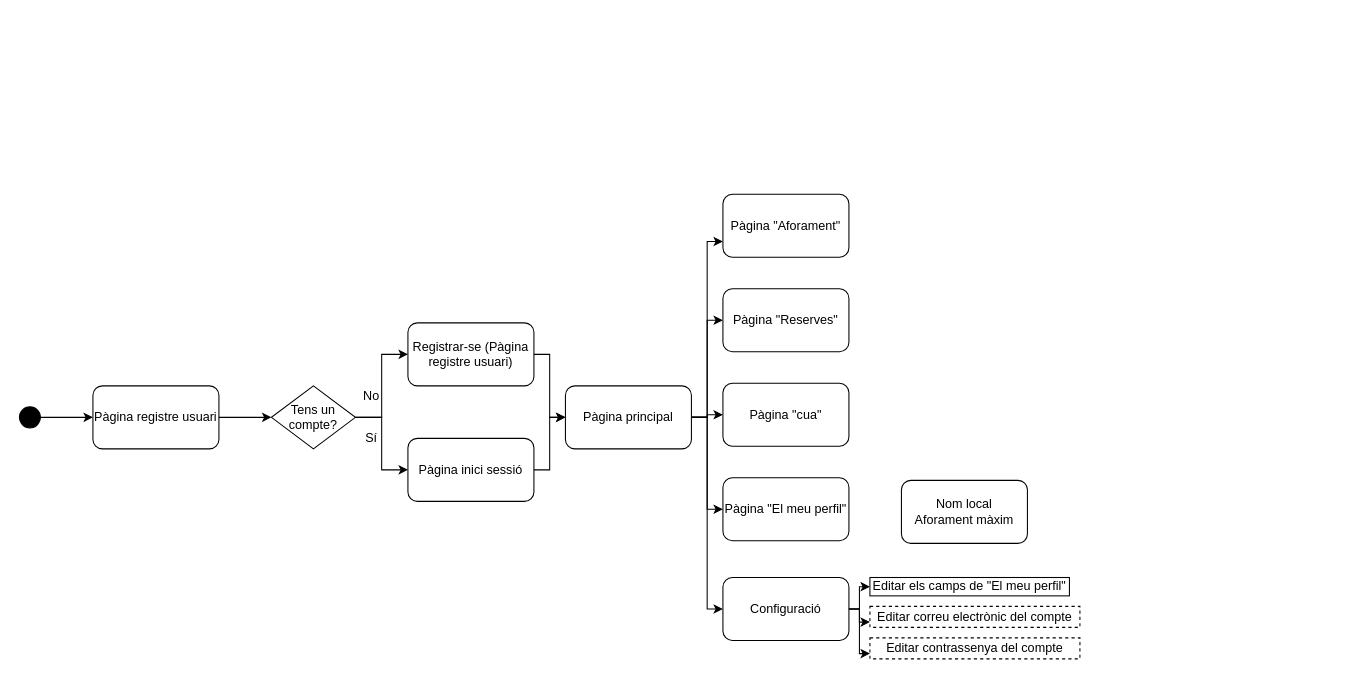
sine-die/sinedie keeps this draw.io diagram as Sinedie.drawio. Above is the earlier version. Source tidied: cells renumbered, new cells numbered last; positions are measured from the earlier drawing's top-left corner, leaving out a move shared by most shapes. Both pictures are drawn from the tidied source at 105%, with x=0, y=0 at pixel (19, 194).
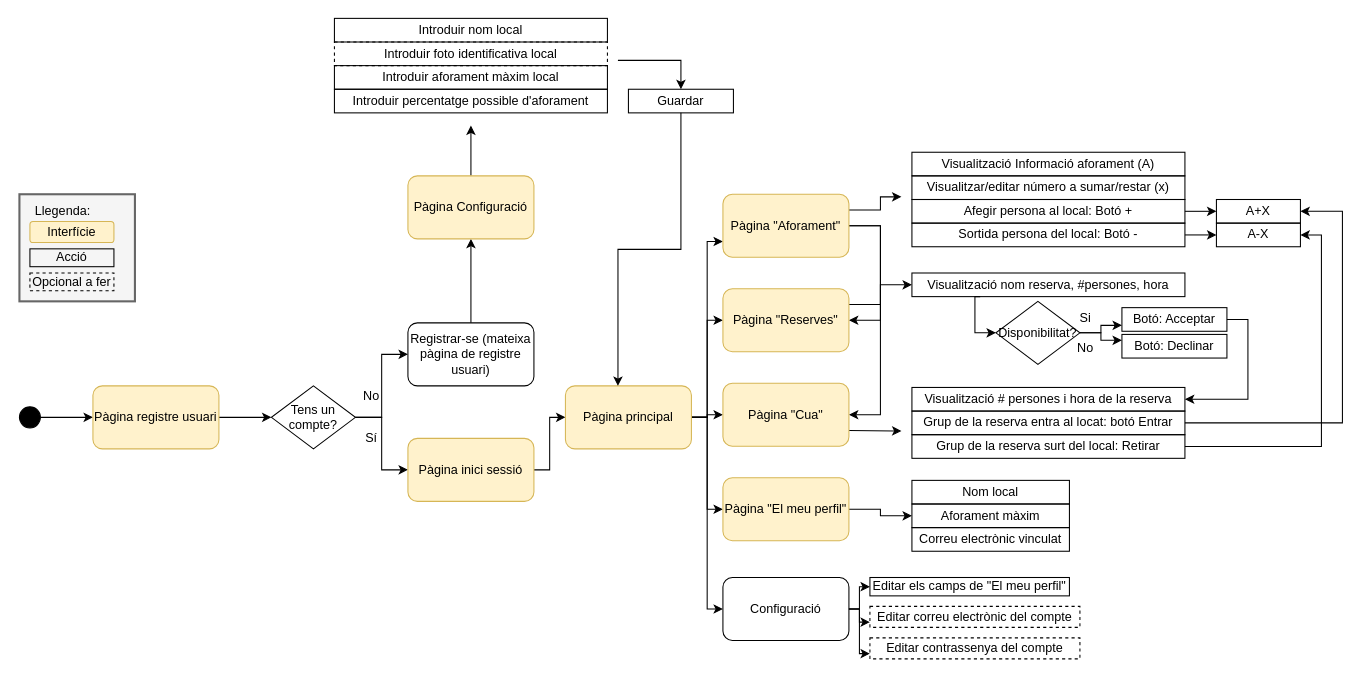
After the change.

What changed in the source:
```diff
@@
+    <mxCell id="33" style="rounded=0;whiteSpace=wrap;html=1;fillColor=#f5f5f5;strokeColor=#666666;fontColor=#333333;strokeWidth=2;" parent="1" vertex="1">
+      <mxGeometry y="-0.5" width="110" height="102" as="geometry" />
+    </mxCell>
@@
-    <mxCell id="5" value="Pàgina registre usuari" style="rounded=1;whiteSpace=wrap;html=1;fillColor=none;" parent="1" vertex="1">
+    <mxCell id="5" value="Pàgina registre usuari" style="rounded=1;whiteSpace=wrap;html=1;fillColor=#fff2cc;strokeColor=#d6b656;" parent="1" vertex="1">
       <mxGeometry x="70" y="182" width="120" height="60" as="geometry" />
     </mxCell>
@@
-    <mxCell id="9" style="edgeStyle=elbowEdgeStyle;rounded=0;jettySize=auto;html=1;exitX=1;exitY=0.5;exitDx=0;exitDy=0;" parent="1" edge="1" source="10" target="18">
-      <mxGeometry relative="1" as="geometry" />
-    </mxCell>
+    <mxCell id="34" style="edgeStyle=elbowEdgeStyle;rounded=0;jettySize=auto;html=1;" parent="1" edge="1" source="10" target="36">
+      <mxGeometry relative="1" as="geometry" />
+    </mxCell>
-    <mxCell id="10" value="Registrar-se (Pàgina registre usuari)" style="rounded=1;whiteSpace=wrap;html=1;fillColor=none;" parent="1" vertex="1">
+    <mxCell id="10" value="Registrar-se (mateixa pàgina de registre usuari)" style="rounded=1;whiteSpace=wrap;html=1;fillColor=none;" parent="1" vertex="1">
       <mxGeometry x="370" y="122" width="120" height="60" as="geometry" />
     </mxCell>
+    <mxCell id="35" style="edgeStyle=elbowEdgeStyle;rounded=0;jettySize=auto;html=1;entryX=0.462;entryY=1.089;entryDx=0;entryDy=0;entryPerimeter=0;" parent="1" edge="1" source="36">
+      <mxGeometry relative="1" as="geometry">
+        <mxPoint x="430.1" y="-66" as="targetPoint" />
+      </mxGeometry>
+    </mxCell>
+    <mxCell id="36" value="Pàgina Configuració" style="rounded=1;whiteSpace=wrap;html=1;fillColor=#fff2cc;strokeColor=#d6b656;" parent="1" vertex="1">
+      <mxGeometry x="370" y="-18" width="120" height="60" as="geometry" />
+    </mxCell>
@@
-    <mxCell id="12" value="Pàgina inici sessió" style="rounded=1;whiteSpace=wrap;html=1;fillColor=none;" parent="1" vertex="1">
+    <mxCell id="12" value="Pàgina inici sessió" style="rounded=1;whiteSpace=wrap;html=1;fillColor=#fff2cc;strokeColor=#d6b656;" parent="1" vertex="1">
       <mxGeometry x="370" y="232" width="120" height="60" as="geometry" />
     </mxCell>
@@
-    <mxCell id="18" value="Pàgina principal" style="rounded=1;whiteSpace=wrap;html=1;fillColor=none;" parent="1" vertex="1">
+    <mxCell id="18" value="Pàgina principal" style="rounded=1;whiteSpace=wrap;html=1;fillColor=#fff2cc;strokeColor=#d6b656;" parent="1" vertex="1">
       <mxGeometry x="520" y="182" width="120" height="60" as="geometry" />
     </mxCell>
+    <mxCell id="37" style="edgeStyle=elbowEdgeStyle;rounded=0;jettySize=auto;html=1;exitX=1;exitY=0.5;exitDx=0;exitDy=0;entryX=1;entryY=0.5;entryDx=0;entryDy=0;" parent="1" edge="1" source="19" target="20">
+      <mxGeometry relative="1" as="geometry">
+        <Array as="points">
+          <mxPoint x="820" y="75" />
+        </Array>
+      </mxGeometry>
+    </mxCell>
+    <mxCell id="38" style="edgeStyle=elbowEdgeStyle;rounded=0;jettySize=auto;html=1;exitX=1;exitY=0.5;exitDx=0;exitDy=0;entryX=1;entryY=0.5;entryDx=0;entryDy=0;" parent="1" edge="1" source="19" target="21">
+      <mxGeometry relative="1" as="geometry">
+        <Array as="points">
+          <mxPoint x="820" y="120" />
+        </Array>
+      </mxGeometry>
+    </mxCell>
+    <mxCell id="39" style="edgeStyle=elbowEdgeStyle;rounded=0;jettySize=auto;html=1;exitX=1;exitY=0.25;exitDx=0;exitDy=0;" parent="1" edge="1" source="19">
+      <mxGeometry relative="1" as="geometry">
+        <mxPoint x="840" y="2" as="targetPoint" />
+        <Array as="points">
+          <mxPoint x="820" y="12" />
+        </Array>
+      </mxGeometry>
+    </mxCell>
-    <mxCell id="19" value="Pàgina &quot;Aforament&quot;" style="rounded=1;whiteSpace=wrap;html=1;fillColor=none;" parent="1" vertex="1">
+    <mxCell id="19" value="Pàgina &quot;Aforament&quot;" style="rounded=1;whiteSpace=wrap;html=1;fillColor=#fff2cc;strokeColor=#d6b656;" parent="1" vertex="1">
       <mxGeometry x="670" y="-0.5" width="120" height="60" as="geometry" />
     </mxCell>
+    <mxCell id="40" style="edgeStyle=elbowEdgeStyle;rounded=0;jettySize=auto;html=1;exitX=1;exitY=0.25;exitDx=0;exitDy=0;" parent="1" edge="1" source="20" target="59">
+      <mxGeometry relative="1" as="geometry" />
+    </mxCell>
-    <mxCell id="20" value="Pàgina &quot;Reserves&quot;" style="rounded=1;whiteSpace=wrap;html=1;fillColor=none;" parent="1" vertex="1">
+    <mxCell id="20" value="Pàgina &quot;Reserves&quot;" style="rounded=1;whiteSpace=wrap;html=1;fillColor=#fff2cc;strokeColor=#d6b656;" parent="1" vertex="1">
       <mxGeometry x="670" y="89.5" width="120" height="60" as="geometry" />
     </mxCell>
+    <mxCell id="41" style="rounded=0;jettySize=auto;html=1;exitX=1;exitY=0.75;exitDx=0;exitDy=0;" parent="1" edge="1" source="21">
+      <mxGeometry relative="1" as="geometry">
+        <mxPoint x="840" y="225" as="targetPoint" />
+      </mxGeometry>
+    </mxCell>
-    <mxCell id="21" value="Pàgina &quot;cua&quot;" style="rounded=1;whiteSpace=wrap;html=1;fillColor=none;" parent="1" vertex="1">
+    <mxCell id="21" value="Pàgina &quot;Cua&quot;" style="rounded=1;whiteSpace=wrap;html=1;fillColor=#fff2cc;strokeColor=#d6b656;" parent="1" vertex="1">
       <mxGeometry x="670" y="179.5" width="120" height="60" as="geometry" />
     </mxCell>
+    <mxCell id="42" style="edgeStyle=elbowEdgeStyle;rounded=0;jettySize=auto;html=1;exitX=1;exitY=0.5;exitDx=0;exitDy=0;" parent="1" edge="1" source="22" target="44">
+      <mxGeometry relative="1" as="geometry" />
+    </mxCell>
-    <mxCell id="22" value="Pàgina &quot;El meu perfil&quot;" style="rounded=1;whiteSpace=wrap;html=1;fillColor=none;" parent="1" vertex="1">
+    <mxCell id="22" value="Pàgina &quot;El meu perfil&quot;" style="rounded=1;whiteSpace=wrap;html=1;fillColor=#fff2cc;strokeColor=#d6b656;" parent="1" vertex="1">
       <mxGeometry x="670" y="269.5" width="120" height="60" as="geometry" />
     </mxCell>
@@
-    <mxCell id="25" value="Nom local&lt;br&gt;Aforament màxim&lt;br&gt;" style="rounded=1;whiteSpace=wrap;html=1;fillColor=none;" parent="1" vertex="1">
-      <mxGeometry x="840" y="272" width="120" height="60" as="geometry" />
-    </mxCell>
@@
+    <mxCell id="43" value="&lt;div style=&quot;text-align: left&quot;&gt;Nom local&lt;/div&gt;" style="rounded=1;whiteSpace=wrap;html=1;fillColor=none;arcSize=0;" parent="1" vertex="1">
+      <mxGeometry x="850" y="272" width="150" height="22.5" as="geometry" />
+    </mxCell>
+    <mxCell id="44" value="&lt;div style=&quot;text-align: left&quot;&gt;Aforament màxim&lt;/div&gt;" style="rounded=1;whiteSpace=wrap;html=1;fillColor=none;arcSize=0;" parent="1" vertex="1">
+      <mxGeometry x="850" y="294.5" width="150" height="22.5" as="geometry" />
+    </mxCell>
+    <mxCell id="45" value="&lt;div style=&quot;text-align: left&quot;&gt;Correu electrònic vinculat&lt;/div&gt;" style="rounded=1;whiteSpace=wrap;html=1;fillColor=none;arcSize=0;" parent="1" vertex="1">
+      <mxGeometry x="850" y="317" width="150" height="22.5" as="geometry" />
+    </mxCell>
+    <mxCell id="46" value="&lt;div style=&quot;text-align: left&quot;&gt;Visualitzar/editar número a sumar/restar (x)&lt;/div&gt;" style="rounded=1;whiteSpace=wrap;html=1;fillColor=none;arcSize=0;" parent="1" vertex="1">
+      <mxGeometry x="850" y="-18" width="260" height="22.5" as="geometry" />
+    </mxCell>
+    <mxCell id="47" style="edgeStyle=elbowEdgeStyle;rounded=0;jettySize=auto;html=1;" parent="1" edge="1" source="48" target="49">
+      <mxGeometry relative="1" as="geometry" />
+    </mxCell>
+    <mxCell id="48" value="&lt;div style=&quot;text-align: left&quot;&gt;Afegir persona al local: Botó +&lt;/div&gt;" style="rounded=1;whiteSpace=wrap;html=1;fillColor=none;arcSize=0;" parent="1" vertex="1">
+      <mxGeometry x="850" y="4.5" width="260" height="22.5" as="geometry" />
+    </mxCell>
+    <mxCell id="49" value="&lt;div style=&quot;text-align: left&quot;&gt;A+X&lt;/div&gt;" style="rounded=1;whiteSpace=wrap;html=1;fillColor=none;arcSize=0;" parent="1" vertex="1">
+      <mxGeometry x="1140" y="4.5" width="80" height="22.5" as="geometry" />
+    </mxCell>
+    <mxCell id="50" style="edgeStyle=elbowEdgeStyle;rounded=0;jettySize=auto;html=1;exitX=1;exitY=0.5;exitDx=0;exitDy=0;entryX=0;entryY=0.5;entryDx=0;entryDy=0;" parent="1" edge="1" source="51" target="53">
+      <mxGeometry relative="1" as="geometry" />
+    </mxCell>
+    <mxCell id="51" value="&lt;div style=&quot;text-align: left&quot;&gt;Sortida persona del local: Botó -&lt;/div&gt;" style="rounded=1;whiteSpace=wrap;html=1;fillColor=none;arcSize=0;" parent="1" vertex="1">
+      <mxGeometry x="850" y="27" width="260" height="22.5" as="geometry" />
+    </mxCell>
+    <mxCell id="52" value="&lt;div style=&quot;text-align: left&quot;&gt;Visualització Informació aforament (A)&lt;/div&gt;" style="rounded=1;whiteSpace=wrap;html=1;fillColor=none;arcSize=0;" parent="1" vertex="1">
+      <mxGeometry x="850" y="-40.5" width="260" height="22.5" as="geometry" />
+    </mxCell>
+    <mxCell id="53" value="&lt;div style=&quot;text-align: left&quot;&gt;A-X&lt;/div&gt;" style="rounded=1;whiteSpace=wrap;html=1;fillColor=none;arcSize=0;" parent="1" vertex="1">
+      <mxGeometry x="1140" y="27" width="80" height="22.5" as="geometry" />
+    </mxCell>
+    <mxCell id="54" value="Llegenda:" style="text;html=1;align=center;verticalAlign=middle;" parent="1" vertex="1">
+      <mxGeometry x="6" y="5.5" width="70" height="20" as="geometry" />
+    </mxCell>
+    <mxCell id="55" value="Interfície" style="rounded=1;whiteSpace=wrap;html=1;fillColor=#fff2cc;strokeColor=#d6b656;" parent="1" vertex="1">
+      <mxGeometry x="10" y="25.5" width="80" height="20" as="geometry" />
+    </mxCell>
+    <mxCell id="56" value="Acció" style="rounded=1;whiteSpace=wrap;html=1;fillColor=none;arcSize=0;" parent="1" vertex="1">
+      <mxGeometry x="10" y="51.5" width="80" height="17" as="geometry" />
+    </mxCell>
+    <mxCell id="57" value="Opcional a fer" style="rounded=1;whiteSpace=wrap;html=1;fillColor=none;arcSize=0;dashed=1;" parent="1" vertex="1">
+      <mxGeometry x="10" y="74.5" width="80" height="17" as="geometry" />
+    </mxCell>
+    <mxCell id="58" style="edgeStyle=elbowEdgeStyle;rounded=0;jettySize=auto;html=1;exitX=0.25;exitY=1;exitDx=0;exitDy=0;entryX=0;entryY=0.5;entryDx=0;entryDy=0;" parent="1" edge="1" source="59" target="67">
+      <mxGeometry relative="1" as="geometry">
+        <Array as="points">
+          <mxPoint x="910" y="122" />
+        </Array>
+      </mxGeometry>
+    </mxCell>
+    <mxCell id="59" value="&lt;div style=&quot;text-align: left&quot;&gt;Visualització nom reserva, #persones, hora&lt;/div&gt;" style="rounded=1;whiteSpace=wrap;html=1;fillColor=none;arcSize=0;" parent="1" vertex="1">
+      <mxGeometry x="850" y="74.5" width="260" height="22.5" as="geometry" />
+    </mxCell>
+    <mxCell id="60" value="&lt;div style=&quot;text-align: left&quot;&gt;Visualització # persones i hora de la reserva&lt;/div&gt;" style="rounded=1;whiteSpace=wrap;html=1;fillColor=none;arcSize=0;" parent="1" vertex="1">
+      <mxGeometry x="850" y="183.5" width="260" height="22.5" as="geometry" />
+    </mxCell>
+    <mxCell id="61" style="edgeStyle=elbowEdgeStyle;rounded=0;jettySize=auto;html=1;entryX=1;entryY=0.5;entryDx=0;entryDy=0;" parent="1" edge="1" source="62" target="49">
+      <mxGeometry relative="1" as="geometry">
+        <Array as="points">
+          <mxPoint x="1260" y="102" />
+          <mxPoint x="1250" y="122" />
+        </Array>
+      </mxGeometry>
+    </mxCell>
+    <mxCell id="62" value="&lt;div style=&quot;text-align: left&quot;&gt;Grup de la reserva entra al locat: botó Entrar&lt;/div&gt;" style="rounded=1;whiteSpace=wrap;html=1;fillColor=none;arcSize=0;" parent="1" vertex="1">
+      <mxGeometry x="850" y="206" width="260" height="22.5" as="geometry" />
+    </mxCell>
+    <mxCell id="63" style="edgeStyle=elbowEdgeStyle;rounded=0;jettySize=auto;html=1;exitX=1;exitY=0.5;exitDx=0;exitDy=0;entryX=1;entryY=0.5;entryDx=0;entryDy=0;" parent="1" edge="1" source="64" target="53">
+      <mxGeometry relative="1" as="geometry">
+        <Array as="points">
+          <mxPoint x="1240" y="142" />
+        </Array>
+      </mxGeometry>
+    </mxCell>
+    <mxCell id="64" value="&lt;div style=&quot;text-align: left&quot;&gt;Grup de la reserva surt del local: Retirar&lt;/div&gt;" style="rounded=1;whiteSpace=wrap;html=1;fillColor=none;arcSize=0;" parent="1" vertex="1">
+      <mxGeometry x="850" y="228.5" width="260" height="22.5" as="geometry" />
+    </mxCell>
+    <mxCell id="65" style="edgeStyle=elbowEdgeStyle;rounded=0;jettySize=auto;html=1;exitX=1;exitY=0.5;exitDx=0;exitDy=0;entryX=0;entryY=0.75;entryDx=0;entryDy=0;" parent="1" edge="1" source="67" target="69">
+      <mxGeometry relative="1" as="geometry" />
+    </mxCell>
+    <mxCell id="66" style="edgeStyle=elbowEdgeStyle;rounded=0;jettySize=auto;html=1;exitX=1;exitY=0.5;exitDx=0;exitDy=0;entryX=0;entryY=0.25;entryDx=0;entryDy=0;" parent="1" edge="1" source="67" target="70">
+      <mxGeometry relative="1" as="geometry" />
+    </mxCell>
+    <mxCell id="67" value="Disponibilitat?" style="rhombus;whiteSpace=wrap;html=1;fillColor=none;" parent="1" vertex="1">
+      <mxGeometry x="930" y="101.5" width="80" height="60" as="geometry" />
+    </mxCell>
+    <mxCell id="68" style="edgeStyle=elbowEdgeStyle;rounded=0;jettySize=auto;html=1;exitX=1;exitY=0.5;exitDx=0;exitDy=0;entryX=1;entryY=0.5;entryDx=0;entryDy=0;" parent="1" edge="1" source="69" target="60">
+      <mxGeometry relative="1" as="geometry">
+        <Array as="points">
+          <mxPoint x="1170" y="172" />
+          <mxPoint x="1150" y="152" />
+        </Array>
+      </mxGeometry>
+    </mxCell>
+    <mxCell id="69" value="&lt;div style=&quot;text-align: left&quot;&gt;Botó: Acceptar&lt;/div&gt;" style="rounded=1;whiteSpace=wrap;html=1;fillColor=none;arcSize=0;" parent="1" vertex="1">
+      <mxGeometry x="1050" y="107.5" width="100" height="22.5" as="geometry" />
+    </mxCell>
+    <mxCell id="70" value="&lt;div style=&quot;text-align: left&quot;&gt;Botó: Declinar&lt;/div&gt;" style="rounded=1;whiteSpace=wrap;html=1;fillColor=none;arcSize=0;" parent="1" vertex="1">
+      <mxGeometry x="1050" y="133" width="100" height="22.5" as="geometry" />
+    </mxCell>
+    <mxCell id="71" value="Si" style="text;html=1;align=center;verticalAlign=middle;" parent="1" vertex="1">
+      <mxGeometry x="1000" y="107.5" width="30" height="20" as="geometry" />
+    </mxCell>
+    <mxCell id="72" value="No" style="text;html=1;align=center;verticalAlign=middle;" parent="1" vertex="1">
+      <mxGeometry x="1000" y="135.5" width="30" height="20" as="geometry" />
+    </mxCell>
+    <mxCell id="73" value="&lt;div style=&quot;text-align: left&quot;&gt;Introduir percentatge possible d'aforament&lt;/div&gt;" style="rounded=1;whiteSpace=wrap;html=1;fillColor=none;arcSize=0;" parent="1" vertex="1">
+      <mxGeometry x="300" y="-100.5" width="260" height="22.5" as="geometry" />
+    </mxCell>
+    <mxCell id="74" style="edgeStyle=elbowEdgeStyle;rounded=0;jettySize=auto;html=1;entryX=0.5;entryY=0;entryDx=0;entryDy=0;" parent="1" edge="1" target="79">
+      <mxGeometry relative="1" as="geometry">
+        <mxPoint x="570" y="-128" as="sourcePoint" />
+        <Array as="points">
+          <mxPoint x="630" y="-118" />
+        </Array>
+      </mxGeometry>
+    </mxCell>
+    <mxCell id="75" value="&lt;div style=&quot;text-align: left&quot;&gt;Introduir aforament màxim local&lt;/div&gt;" style="rounded=1;whiteSpace=wrap;html=1;fillColor=none;arcSize=0;" parent="1" vertex="1">
+      <mxGeometry x="300" y="-123" width="260" height="22.5" as="geometry" />
+    </mxCell>
+    <mxCell id="76" value="&lt;div style=&quot;text-align: left&quot;&gt;Introduir nom local&lt;/div&gt;" style="rounded=1;whiteSpace=wrap;html=1;fillColor=none;arcSize=0;" parent="1" vertex="1">
+      <mxGeometry x="300" y="-168" width="260" height="22.5" as="geometry" />
+    </mxCell>
+    <mxCell id="77" value="&lt;div style=&quot;text-align: left&quot;&gt;Introduir foto identificativa local&lt;/div&gt;" style="rounded=1;whiteSpace=wrap;html=1;fillColor=none;arcSize=0;dashed=1;" parent="1" vertex="1">
+      <mxGeometry x="300" y="-145.5" width="260" height="22.5" as="geometry" />
+    </mxCell>
+    <mxCell id="78" style="edgeStyle=elbowEdgeStyle;rounded=0;jettySize=auto;html=1;exitX=0.5;exitY=1;exitDx=0;exitDy=0;entryX=0.417;entryY=0;entryDx=0;entryDy=0;entryPerimeter=0;elbow=vertical;" parent="1" edge="1" source="79" target="18">
+      <mxGeometry relative="1" as="geometry" />
+    </mxCell>
+    <mxCell id="79" value="&lt;div style=&quot;text-align: left&quot;&gt;Guardar&lt;/div&gt;" style="rounded=1;whiteSpace=wrap;html=1;fillColor=none;arcSize=0;" parent="1" vertex="1">
+      <mxGeometry x="580" y="-100.5" width="100" height="22.5" as="geometry" />
+    </mxCell>
```
